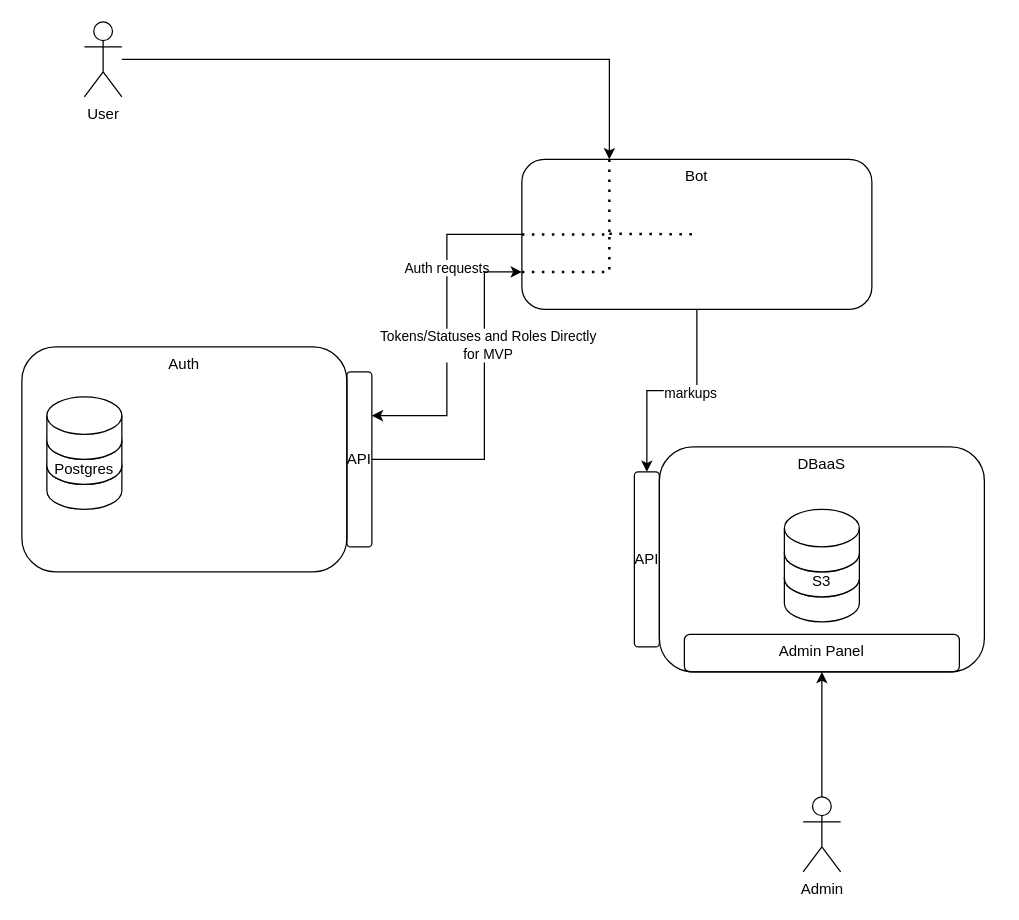
bdannyv/markup_tool keeps this draw.io diagram as docs/arch/to-be.drawio. Above is the earlier version. Source tidied: cells renumbered, new cells numbered last; positions are measured from the earlier drawing's top-left corner, leaving out a move shared by most shapes. Both pictures are drawn from the tidied source at 125%, with x=0, y=0 at pixel (21, 21).
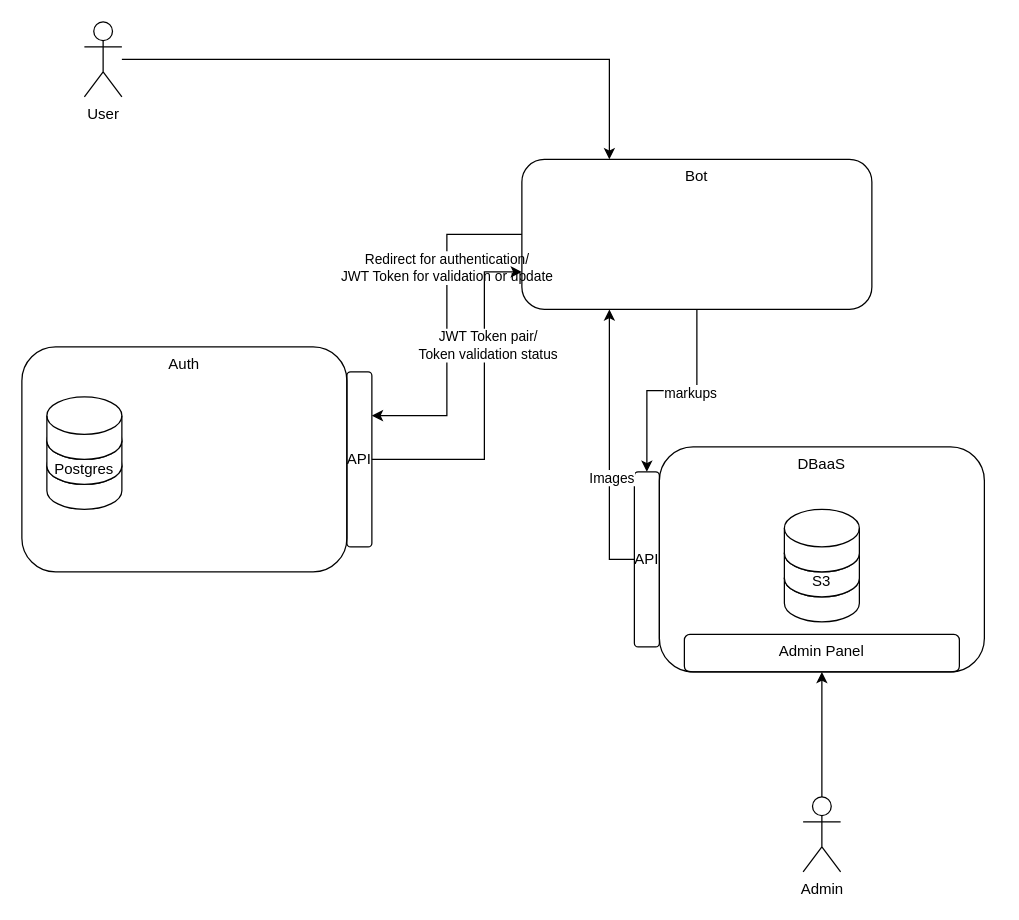
The same page after the edit.

Commit message (it also covers changes not shown here):
architecture diagrams update

Unchanged cells that the change refers to:
```xml
<mxCell id="2" style="edgeStyle=orthogonalEdgeStyle;rounded=0;jettySize=auto;html=1;entryX=1;entryY=0.25;entryDx=0;entryDy=0;" parent="1" edge="1" source="22" target="20">
  <mxGeometry relative="1" as="geometry" />
</mxCell>
<mxCell id="4" style="edgeStyle=orthogonalEdgeStyle;rounded=0;jettySize=auto;html=1;entryX=0;entryY=0.75;entryDx=0;entryDy=0;" parent="1" edge="1" source="20" target="22">
  <mxGeometry relative="1" as="geometry">
    <Array as="points">
      <mxPoint x="370" y="350" />
      <mxPoint x="370" y="200" />
    </Array>
  </mxGeometry>
</mxCell>
<mxCell id="13" value="API" style="rounded=1;whiteSpace=wrap;html=1;fillColor=none;" parent="8" vertex="1">
  <mxGeometry x="-20" y="20" width="20" height="140" as="geometry" />
</mxCell>
<mxCell id="21" style="group;" parent="1" vertex="1">
  <mxGeometry x="400" y="110" width="280" height="120" as="geometry" />
</mxCell>
<mxCell id="22" value="Bot" style="rounded=1;whiteSpace=wrap;html=1;fillColor=none;verticalAlign=top;" parent="21" vertex="1">
  <mxGeometry width="280" height="120" as="geometry" />
</mxCell>
```

Diff of the diagram source:
```diff
@@
-    <mxCell id="3" value="Auth requests" style="edgeLabel;html=1;align=center;verticalAlign=middle;" parent="2" vertex="1">
+    <mxCell id="3" value="Redirect for authentication/&lt;br&gt;JWT Token for validation or update" style="edgeLabel;html=1;align=center;verticalAlign=middle;" parent="2" vertex="1">
       <mxGeometry x="-0.35" y="-1" relative="1" as="geometry" />
     </mxCell>
@@
-    <mxCell id="5" value="Tokens/Statuses and Roles Directly&lt;br&gt;for MVP" style="edgeLabel;html=1;align=center;verticalAlign=middle;" parent="4" vertex="1">
+    <mxCell id="5" value="JWT Token pair/&lt;br&gt;Token validation status" style="edgeLabel;html=1;align=center;verticalAlign=middle;" parent="4" vertex="1">
       <mxGeometry x="0.35" y="-1" relative="1" as="geometry">
         <mxPoint x="1" as="offset" />
       </mxGeometry>
     </mxCell>
@@
-    <mxCell id="23" style="endArrow=none;dashed=1;html=1;dashPattern=1 3;strokeWidth=2;rounded=0;entryX=0.25;entryY=0;entryDx=0;entryDy=0;exitX=0;exitY=0.5;exitDx=0;exitDy=0;" parent="21" edge="1" source="22" target="22">
-      <mxGeometry relative="1" as="geometry">
-        <Array as="points">
-          <mxPoint y="60" />
-          <mxPoint x="70" y="60" />
-        </Array>
-      </mxGeometry>
-    </mxCell>
-    <mxCell id="24" style="endArrow=none;dashed=1;html=1;dashPattern=1 3;strokeWidth=2;rounded=0;exitX=0;exitY=0.75;exitDx=0;exitDy=0;" parent="21" edge="1" source="22">
-      <mxGeometry relative="1" as="geometry">
-        <mxPoint x="70" y="60" as="targetPoint" />
-        <Array as="points">
-          <mxPoint x="70" y="90" />
-        </Array>
-      </mxGeometry>
-    </mxCell>
-    <mxCell id="25" style="endArrow=none;dashed=1;html=1;dashPattern=1 3;strokeWidth=2;rounded=0;" parent="21" edge="1">
-      <mxGeometry relative="1" as="geometry">
-        <mxPoint x="70" y="59.5" as="sourcePoint" />
-        <mxPoint x="140" y="60" as="targetPoint" />
-      </mxGeometry>
-    </mxCell>
@@
+    <mxCell id="30" style="edgeStyle=orthogonalEdgeStyle;rounded=0;jettySize=auto;html=1;entryX=0.25;entryY=1;entryDx=0;entryDy=0;" parent="1" edge="1" source="13" target="22">
+      <mxGeometry relative="1" as="geometry">
+        <Array as="points">
+          <mxPoint x="470" y="430" />
+        </Array>
+      </mxGeometry>
+    </mxCell>
+    <mxCell id="31" value="Images" style="edgeLabel;html=1;align=center;verticalAlign=middle;" parent="30" vertex="1">
+      <mxGeometry x="-0.21" y="-1" relative="1" as="geometry">
+        <mxPoint y="1" as="offset" />
+      </mxGeometry>
+    </mxCell>
```
